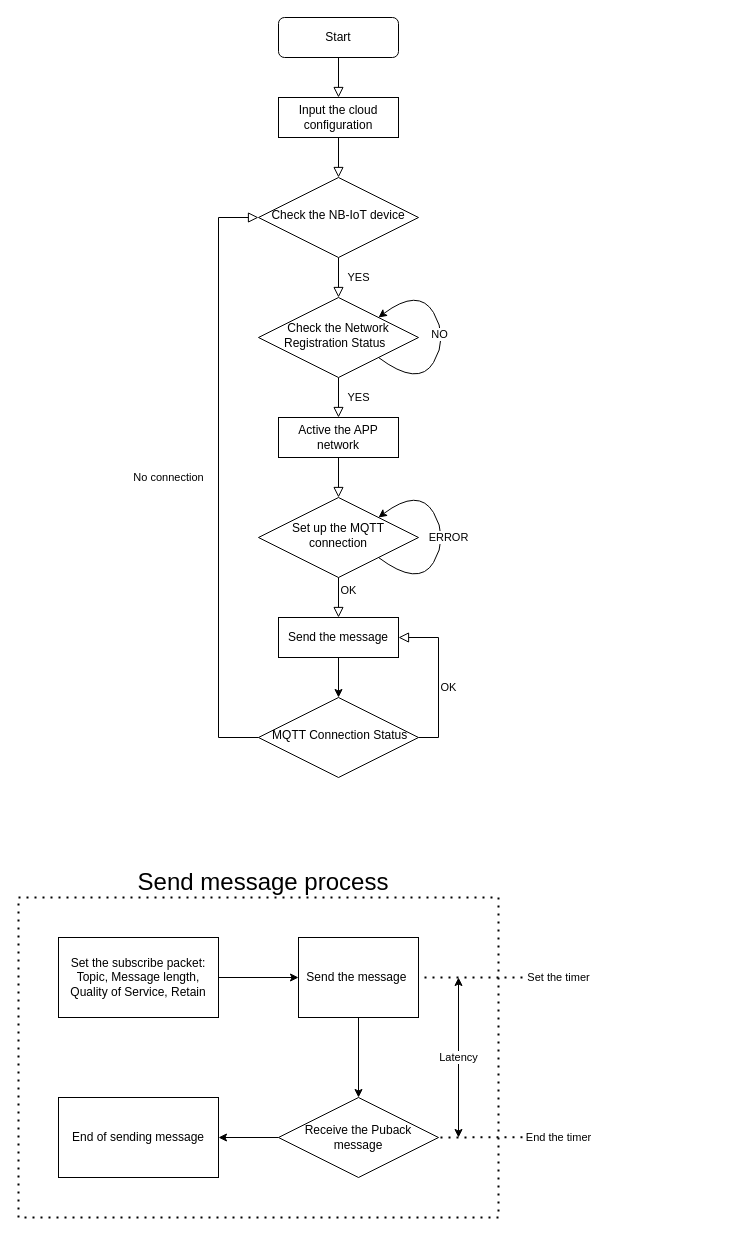
Before: NB_IoT.drawio in K2ayzz/ForDrawIO, a draw.io diagram. Source tidied: cells renumbered, new cells numbered last; positions are measured from the earlier drawing's top-left corner, leaving out a move shared by most shapes. Both pictures are drawn from the tidied source at 100%, with x=0, y=0 at pixel (18, 17).
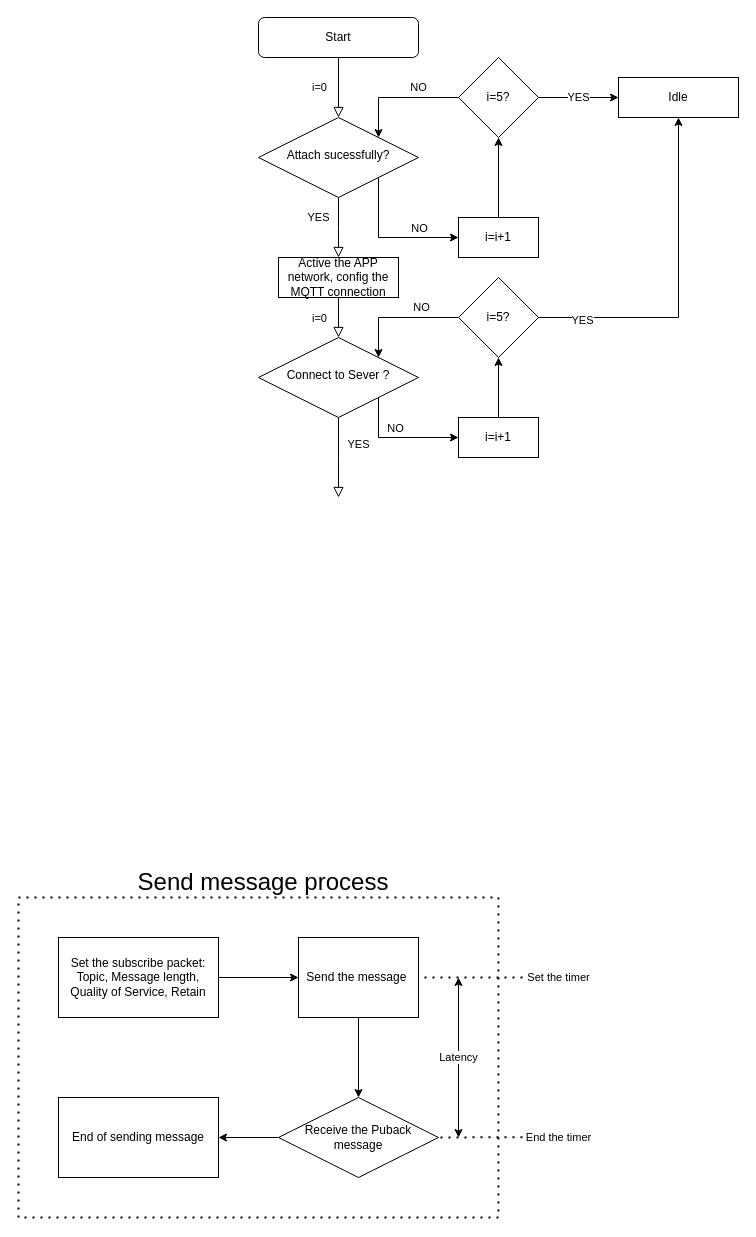
The same diagram, later.

Commit message (it also covers changes not shown here):
Cập nhật NB_IoT.drawio

Change to the diagram source:
```diff
@@
-    <mxCell id="2" style="rounded=0;html=1;jettySize=auto;fontSize=11;endArrow=block;endFill=0;endSize=8;strokeWidth=1;shadow=0;labelBackgroundColor=none;edgeStyle=orthogonalEdgeStyle;entryX=0.5;entryY=0;entryDx=0;entryDy=0;" parent="1" edge="1" source="3" target="12">
-      <mxGeometry relative="1" as="geometry" />
-    </mxCell>
     <mxCell id="3" value="Start" style="rounded=1;whiteSpace=wrap;html=1;fontSize=12;glass=0;strokeWidth=1;shadow=0;" parent="1" vertex="1">
-      <mxGeometry x="260" width="120" height="40" as="geometry" />
+      <mxGeometry x="240" width="160" height="40" as="geometry" />
     </mxCell>
-    <mxCell id="4" value="YES" style="rounded=0;html=1;jettySize=auto;fontSize=11;endArrow=block;endFill=0;endSize=8;strokeWidth=1;shadow=0;labelBackgroundColor=none;edgeStyle=orthogonalEdgeStyle;exitX=0.5;exitY=1;exitDx=0;exitDy=0;entryX=0.5;entryY=0;entryDx=0;entryDy=0;" parent="1" edge="1" source="17" target="18">
-      <mxGeometry y="20" relative="1" as="geometry" />
-    </mxCell>
@@
-    <mxCell id="6" value="OK" style="edgeStyle=orthogonalEdgeStyle;rounded=0;html=1;jettySize=auto;fontSize=11;endArrow=block;endFill=0;endSize=8;strokeWidth=1;shadow=0;labelBackgroundColor=none;exitX=1;exitY=0.5;exitDx=0;exitDy=0;entryX=1;entryY=0.5;entryDx=0;entryDy=0;" parent="1" edge="1" source="13" target="20">
-      <mxGeometry x="-0.12" y="-10" relative="1" as="geometry" />
-    </mxCell>
-    <mxCell id="7" value="YES" style="rounded=0;html=1;jettySize=auto;fontSize=11;endArrow=block;endFill=0;endSize=8;strokeWidth=1;shadow=0;labelBackgroundColor=none;edgeStyle=orthogonalEdgeStyle;exitX=0.5;exitY=1;exitDx=0;exitDy=0;" parent="1" edge="1" source="14" target="17">
-      <mxGeometry y="20" relative="1" as="geometry" />
+    <mxCell id="7" value="YES" style="rounded=0;html=1;jettySize=auto;fontSize=11;endArrow=block;endFill=0;endSize=8;strokeWidth=1;shadow=0;labelBackgroundColor=none;edgeStyle=orthogonalEdgeStyle;exitX=0.5;exitY=1;exitDx=0;exitDy=0;entryX=0.5;entryY=0;entryDx=0;entryDy=0;" parent="1" edge="1" source="14">
+      <mxGeometry x="-0.34" y="-20" relative="1" as="geometry">
+        <mxPoint x="320" y="240" as="targetPoint" />
+      </mxGeometry>
     </mxCell>
-    <mxCell id="8" value="NO" style="curved=1;endArrow=classic;html=1;rounded=0;entryX=1;entryY=0;entryDx=0;entryDy=0;exitX=1;exitY=1;exitDx=0;exitDy=0;" parent="1" edge="1" source="17" target="17">
-      <mxGeometry x="0.07" y="6" relative="1" as="geometry">
-        <Array as="points">
-          <mxPoint x="400" y="370" />
-          <mxPoint x="430" y="320" />
-          <mxPoint x="400" y="270" />
-        </Array>
-        <mxPoint y="1" as="offset" />
-      </mxGeometry>
-    </mxCell>
-    <mxCell id="9" value="Set up the MQTT connection" style="rhombus;whiteSpace=wrap;html=1;shadow=0;fontFamily=Helvetica;fontSize=12;align=center;strokeWidth=1;spacing=6;spacingTop=-4;" parent="1" vertex="1">
-      <mxGeometry x="240" y="480" width="160" height="80" as="geometry" />
+    <mxCell id="9" value="Connect to Sever ?" style="rhombus;whiteSpace=wrap;html=1;shadow=0;fontFamily=Helvetica;fontSize=12;align=center;strokeWidth=1;spacing=6;spacingTop=-4;" parent="1" vertex="1">
+      <mxGeometry x="240" y="320" width="160" height="80" as="geometry" />
     </mxCell>
-    <mxCell id="10" value="OK" style="rounded=0;html=1;jettySize=auto;fontSize=11;endArrow=block;endFill=0;endSize=8;strokeWidth=1;shadow=0;labelBackgroundColor=none;edgeStyle=orthogonalEdgeStyle;exitX=0.5;exitY=1;exitDx=0;exitDy=0;entryX=0.5;entryY=0;entryDx=0;entryDy=0;" parent="1" edge="1" source="9" target="20">
-      <mxGeometry x="-0.33" y="10" relative="1" as="geometry" />
+    <mxCell id="10" value="YES" style="rounded=0;html=1;jettySize=auto;fontSize=11;endArrow=block;endFill=0;endSize=8;strokeWidth=1;shadow=0;labelBackgroundColor=none;edgeStyle=orthogonalEdgeStyle;exitX=0.5;exitY=1;exitDx=0;exitDy=0;" parent="1" edge="1" source="9">
+      <mxGeometry x="-0.34" y="20" relative="1" as="geometry">
+        <mxPoint x="320" y="480" as="targetPoint" />
+      </mxGeometry>
     </mxCell>
-    <mxCell id="11" style="edgeStyle=orthogonalEdgeStyle;rounded=0;jettySize=auto;html=1;exitX=0.5;exitY=1;exitDx=0;exitDy=0;" parent="1" edge="1" source="20" target="13">
-      <mxGeometry relative="1" as="geometry" />
-    </mxCell>
-    <mxCell id="12" value="Input the cloud configuration" style="rounded=0;whiteSpace=wrap;html=1;" parent="1" vertex="1">
-      <mxGeometry x="260" y="80" width="120" height="40" as="geometry" />
-    </mxCell>
-    <mxCell id="13" value="&amp;nbsp;MQTT Connection Status" style="rhombus;whiteSpace=wrap;html=1;shadow=0;fontFamily=Helvetica;fontSize=12;align=center;strokeWidth=1;spacing=6;spacingTop=-4;" parent="1" vertex="1">
-      <mxGeometry x="240" y="680" width="160" height="80" as="geometry" />
-    </mxCell>
+    <mxCell id="33" style="edgeStyle=orthogonalEdgeStyle;rounded=0;jettySize=auto;html=1;exitX=1;exitY=1;exitDx=0;exitDy=0;entryX=0;entryY=0.5;entryDx=0;entryDy=0;" parent="1" edge="1" source="14" target="37">
+      <mxGeometry relative="1" as="geometry">
+        <Array as="points">
+          <mxPoint x="360" y="220" />
+        </Array>
+      </mxGeometry>
+    </mxCell>
+    <mxCell id="34" value="NO" style="edgeLabel;html=1;align=center;verticalAlign=middle;" parent="33" vertex="1">
+      <mxGeometry x="0.29" y="1" relative="1" as="geometry">
+        <mxPoint x="10" y="-9" as="offset" />
+      </mxGeometry>
+    </mxCell>
-    <mxCell id="14" value="Check the NB-IoT device" style="rhombus;whiteSpace=wrap;html=1;shadow=0;fontFamily=Helvetica;fontSize=12;align=center;strokeWidth=1;spacing=6;spacingTop=-4;" parent="1" vertex="1">
-      <mxGeometry x="240" y="160" width="160" height="80" as="geometry" />
+    <mxCell id="14" value="Attach sucessfully?" style="rhombus;whiteSpace=wrap;html=1;shadow=0;fontFamily=Helvetica;fontSize=12;align=center;strokeWidth=1;spacing=6;spacingTop=-4;" parent="1" vertex="1">
+      <mxGeometry x="240" y="100" width="160" height="80" as="geometry" />
     </mxCell>
-    <mxCell id="15" style="rounded=0;html=1;jettySize=auto;fontSize=11;endArrow=block;endFill=0;endSize=8;strokeWidth=1;shadow=0;labelBackgroundColor=none;edgeStyle=orthogonalEdgeStyle;entryX=0.5;entryY=0;entryDx=0;entryDy=0;exitX=0.5;exitY=1;exitDx=0;exitDy=0;" parent="1" edge="1" source="12" target="14">
+    <mxCell id="15" style="rounded=0;html=1;jettySize=auto;fontSize=11;endArrow=block;endFill=0;endSize=8;strokeWidth=1;shadow=0;labelBackgroundColor=none;edgeStyle=orthogonalEdgeStyle;entryX=0.5;entryY=0;entryDx=0;entryDy=0;exitX=0.5;exitY=1;exitDx=0;exitDy=0;" parent="1" edge="1" source="3" target="14">
       <mxGeometry relative="1" as="geometry" />
     </mxCell>
-    <mxCell id="16" value="No connection" style="rounded=0;html=1;jettySize=auto;fontSize=11;endArrow=block;endFill=0;endSize=8;strokeWidth=1;shadow=0;labelBackgroundColor=none;edgeStyle=orthogonalEdgeStyle;entryX=0;entryY=0.5;entryDx=0;entryDy=0;exitX=0;exitY=0.5;exitDx=0;exitDy=0;" parent="1" edge="1" source="13" target="14">
-      <mxGeometry y="50" relative="1" as="geometry">
-        <Array as="points">
-          <mxPoint x="200" y="720" />
-          <mxPoint x="200" y="200" />
-        </Array>
-      </mxGeometry>
-    </mxCell>
-    <mxCell id="17" value="Check the&amp;nbsp;Network Registration Status &amp;nbsp;" style="rhombus;whiteSpace=wrap;html=1;shadow=0;fontFamily=Helvetica;fontSize=12;align=center;strokeWidth=1;spacing=6;spacingTop=-4;" parent="1" vertex="1">
-      <mxGeometry x="240" y="280" width="160" height="80" as="geometry" />
-    </mxCell>
+    <mxCell id="35" value="i=0" style="edgeLabel;html=1;align=center;verticalAlign=middle;" parent="15" vertex="1">
+      <mxGeometry x="-0.12" relative="1" as="geometry">
+        <mxPoint x="-20" y="3" as="offset" />
+      </mxGeometry>
+    </mxCell>
-    <mxCell id="18" value="Active the APP network" style="rounded=0;whiteSpace=wrap;html=1;" parent="1" vertex="1">
-      <mxGeometry x="260" y="400" width="120" height="40" as="geometry" />
+    <mxCell id="18" value="Active the APP network, config the MQTT connection" style="rounded=0;whiteSpace=wrap;html=1;" parent="1" vertex="1">
+      <mxGeometry x="260" y="240" width="120" height="40" as="geometry" />
     </mxCell>
-    <mxCell id="19" value="ERROR" style="curved=1;endArrow=classic;html=1;rounded=0;entryX=1;entryY=0;entryDx=0;entryDy=0;exitX=1;exitY=1;exitDx=0;exitDy=0;" parent="1" edge="1" source="9" target="9">
-      <mxGeometry relative="1" as="geometry">
-        <Array as="points">
-          <mxPoint x="400" y="570" />
-          <mxPoint x="430" y="520" />
-          <mxPoint x="400" y="470" />
-        </Array>
-      </mxGeometry>
-    </mxCell>
-    <mxCell id="20" value="Send the message" style="rounded=0;whiteSpace=wrap;html=1;" parent="1" vertex="1">
-      <mxGeometry x="260" y="600" width="120" height="40" as="geometry" />
-    </mxCell>
@@
+    <mxCell id="36" style="edgeStyle=orthogonalEdgeStyle;rounded=0;jettySize=auto;html=1;" parent="1" edge="1" source="37" target="40">
+      <mxGeometry relative="1" as="geometry" />
+    </mxCell>
+    <mxCell id="37" value="i=i+1" style="rounded=0;whiteSpace=wrap;html=1;" parent="1" vertex="1">
+      <mxGeometry x="440" y="200" width="80" height="40" as="geometry" />
+    </mxCell>
+    <mxCell id="38" value="NO" style="edgeStyle=orthogonalEdgeStyle;rounded=0;jettySize=auto;html=1;entryX=1;entryY=0;entryDx=0;entryDy=0;" parent="1" edge="1" source="40" target="14">
+      <mxGeometry x="-0.33" y="-10" relative="1" as="geometry">
+        <Array as="points">
+          <mxPoint x="360" y="80" />
+        </Array>
+      </mxGeometry>
+    </mxCell>
+    <mxCell id="39" value="YES" style="edgeStyle=orthogonalEdgeStyle;rounded=0;jettySize=auto;html=1;" parent="1" edge="1" source="40" target="41">
+      <mxGeometry relative="1" as="geometry" />
+    </mxCell>
+    <mxCell id="40" value="i=5?" style="rhombus;whiteSpace=wrap;html=1;rounded=0;" parent="1" vertex="1">
+      <mxGeometry x="440" y="40" width="80" height="80" as="geometry" />
+    </mxCell>
+    <mxCell id="41" value="Idle" style="rounded=0;whiteSpace=wrap;html=1;" parent="1" vertex="1">
+      <mxGeometry x="600" y="60" width="120" height="40" as="geometry" />
+    </mxCell>
+    <mxCell id="42" value="i=0" style="edgeLabel;html=1;align=center;verticalAlign=middle;" parent="1" vertex="1">
+      <mxGeometry x="300" y="300" as="geometry" />
+    </mxCell>
+    <mxCell id="43" style="edgeStyle=orthogonalEdgeStyle;rounded=0;jettySize=auto;html=1;exitX=1;exitY=1;exitDx=0;exitDy=0;entryX=0;entryY=0.5;entryDx=0;entryDy=0;" parent="1" edge="1" source="9" target="46">
+      <mxGeometry relative="1" as="geometry">
+        <Array as="points">
+          <mxPoint x="360" y="420" />
+          <mxPoint x="440" y="420" />
+        </Array>
+      </mxGeometry>
+    </mxCell>
+    <mxCell id="44" value="NO" style="edgeLabel;html=1;align=center;verticalAlign=middle;" parent="43" vertex="1">
+      <mxGeometry x="0.29" y="1" relative="1" as="geometry">
+        <mxPoint x="-21" y="-9" as="offset" />
+      </mxGeometry>
+    </mxCell>
+    <mxCell id="45" style="edgeStyle=orthogonalEdgeStyle;rounded=0;jettySize=auto;html=1;" parent="1" edge="1" source="46" target="50">
+      <mxGeometry relative="1" as="geometry" />
+    </mxCell>
+    <mxCell id="46" value="i=i+1" style="rounded=0;whiteSpace=wrap;html=1;" parent="1" vertex="1">
+      <mxGeometry x="440" y="400" width="80" height="40" as="geometry" />
+    </mxCell>
+    <mxCell id="47" value="NO" style="edgeStyle=orthogonalEdgeStyle;rounded=0;jettySize=auto;html=1;entryX=1;entryY=0;entryDx=0;entryDy=0;" parent="1" edge="1" source="50" target="9">
+      <mxGeometry x="-0.38" y="-10" relative="1" as="geometry">
+        <Array as="points">
+          <mxPoint x="360" y="300" />
+        </Array>
+      </mxGeometry>
+    </mxCell>
+    <mxCell id="48" style="edgeStyle=orthogonalEdgeStyle;rounded=0;jettySize=auto;html=1;exitX=1;exitY=0.5;exitDx=0;exitDy=0;entryX=0.5;entryY=1;entryDx=0;entryDy=0;" parent="1" edge="1" source="50" target="41">
+      <mxGeometry relative="1" as="geometry" />
+    </mxCell>
+    <mxCell id="49" value="YES" style="edgeLabel;html=1;align=center;verticalAlign=middle;" parent="48" vertex="1">
+      <mxGeometry x="-0.75" y="-2" relative="1" as="geometry" />
+    </mxCell>
+    <mxCell id="50" value="i=5?" style="rhombus;whiteSpace=wrap;html=1;rounded=0;" parent="1" vertex="1">
+      <mxGeometry x="440" y="260" width="80" height="80" as="geometry" />
+    </mxCell>
```
